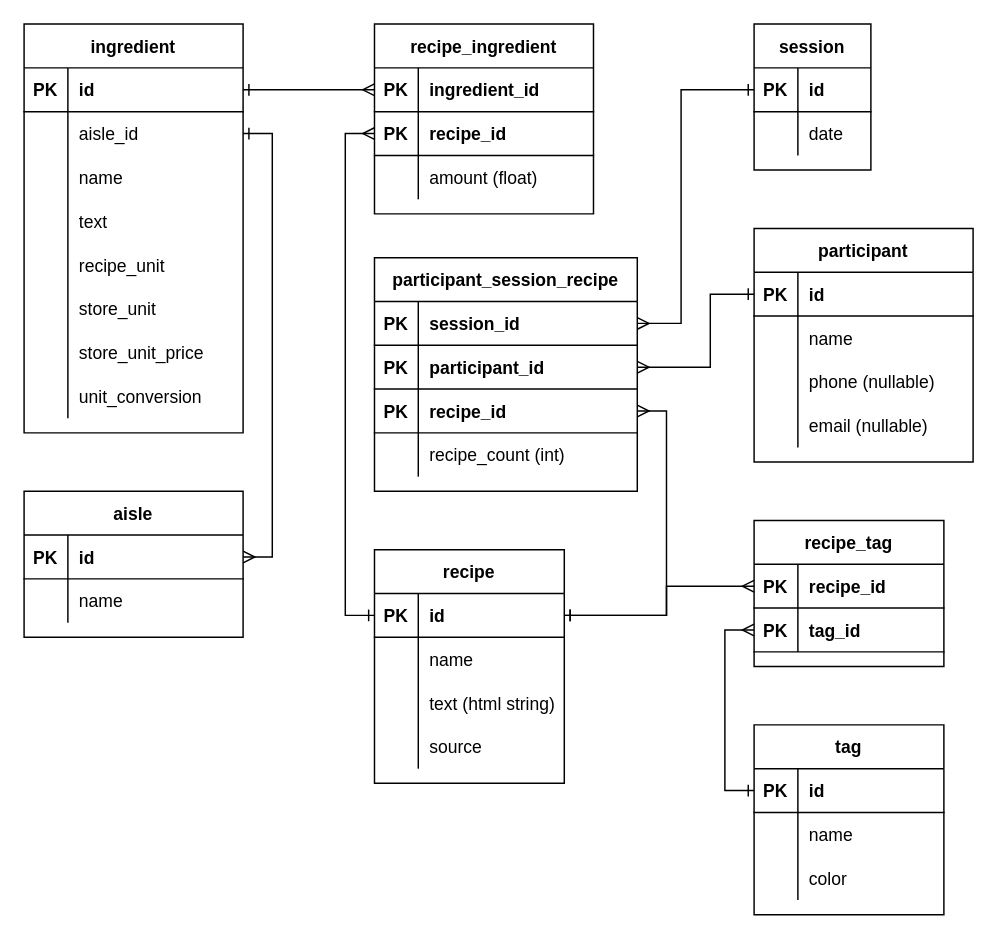
Earlier version of the draw.io diagram erd.drawio (Yook74/EasyFreezey). Source tidied: cells renumbered, new cells numbered last; positions are measured from the earlier drawing's top-left corner, leaving out a move shared by most shapes. Both pictures are drawn from the tidied source at 146%, with x=0, y=0 at pixel (23, 23).
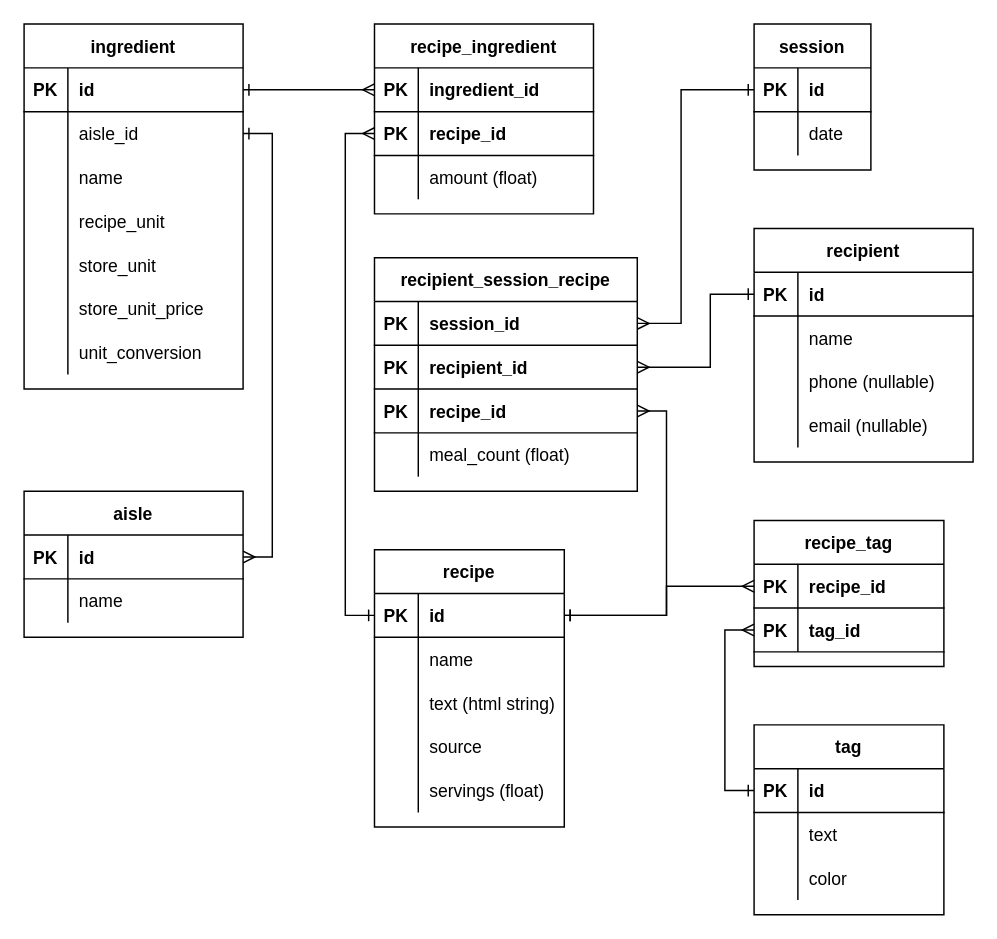
After the change.

Commit message:
Tweaked ERD with revised names etc

Unchanged cells that the change refers to:
```xml
<mxCell id="51" style="shape=partialRectangle;fillColor=none;points=[[0,0.5],[1,0.5]];portConstraint=eastwest;top=0;left=0;right=0;bottom=1;" parent="47" vertex="1">
  <mxGeometry y="60" width="180" height="30" as="geometry" />
</mxCell>
<mxCell id="57" style="shape=partialRectangle;fillColor=none;top=0;left=0;right=0;bottom=0;" parent="47" vertex="1">
  <mxGeometry y="120" width="180" height="30" as="geometry" />
</mxCell>
<mxCell id="107" style="shape=partialRectangle;fillColor=none;top=0;left=0;right=0;bottom=0;" parent="103" vertex="1">
  <mxGeometry y="60" width="130" height="30" as="geometry" />
</mxCell>
```

What changed in the source:
```diff
@@
     <mxCell id="2" value="ingredient" style="shape=table;startSize=30;childLayout=tableLayout;rowLines=0;fontStyle=1;align=center;" parent="1" vertex="1">
-      <mxGeometry width="150" height="280" as="geometry" />
+      <mxGeometry width="150" height="250" as="geometry" />
     </mxCell>
@@
-    <mxCell id="12" style="shape=partialRectangle;fillColor=none;top=0;left=0;right=0;bottom=0;" parent="2" vertex="1">
-      <mxGeometry y="120" width="150" height="30" as="geometry" />
-    </mxCell>
-    <mxCell id="13" style="shape=partialRectangle;overflow=hidden;fillColor=none;top=0;left=0;bottom=0;right=0;" parent="12" vertex="1">
-      <mxGeometry width="30" height="30" as="geometry" />
-    </mxCell>
-    <mxCell id="14" value="text" style="shape=partialRectangle;overflow=hidden;fillColor=none;top=0;left=0;bottom=0;right=0;align=left;spacingLeft=6;" parent="12" vertex="1">
-      <mxGeometry x="30" width="120" height="30" as="geometry" />
-    </mxCell>
     <mxCell id="15" style="shape=partialRectangle;fillColor=none;top=0;left=0;right=0;bottom=0;" parent="2" vertex="1">
-      <mxGeometry y="150" width="150" height="30" as="geometry" />
+      <mxGeometry y="120" width="150" height="30" as="geometry" />
     </mxCell>
@@
     <mxCell id="18" style="shape=partialRectangle;fillColor=none;top=0;left=0;right=0;bottom=0;" parent="2" vertex="1">
-      <mxGeometry y="180" width="150" height="30" as="geometry" />
+      <mxGeometry y="150" width="150" height="30" as="geometry" />
     </mxCell>
@@
     <mxCell id="21" style="shape=partialRectangle;fillColor=none;top=0;left=0;right=0;bottom=0;" parent="2" vertex="1">
-      <mxGeometry y="210" width="150" height="30" as="geometry" />
+      <mxGeometry y="180" width="150" height="30" as="geometry" />
     </mxCell>
@@
     <mxCell id="24" style="shape=partialRectangle;fillColor=none;top=0;left=0;right=0;bottom=0;" parent="2" vertex="1">
-      <mxGeometry y="240" width="150" height="30" as="geometry" />
+      <mxGeometry y="210" width="150" height="30" as="geometry" />
     </mxCell>
@@
-    <mxCell id="47" value="participant_session_recipe" style="shape=table;startSize=30;childLayout=tableLayout;rowLines=0;fontStyle=1;align=center;" parent="1" vertex="1">
+    <mxCell id="47" value="recipient_session_recipe" style="shape=table;startSize=30;childLayout=tableLayout;rowLines=0;fontStyle=1;align=center;" parent="1" vertex="1">
       <mxGeometry x="240" y="160" width="180" height="160" as="geometry" />
     </mxCell>
@@
-    <mxCell id="53" value="participant_id" style="shape=partialRectangle;overflow=hidden;fillColor=none;top=0;left=0;bottom=0;right=0;align=left;spacingLeft=6;fontStyle=1;" parent="51" vertex="1">
+    <mxCell id="53" value="recipient_id" style="shape=partialRectangle;overflow=hidden;fillColor=none;top=0;left=0;bottom=0;right=0;align=left;spacingLeft=6;fontStyle=1;" parent="51" vertex="1">
       <mxGeometry x="30" width="150" height="30" as="geometry" />
     </mxCell>
@@
-    <mxCell id="59" value="recipe_count (int)" style="shape=partialRectangle;overflow=hidden;fillColor=none;top=0;left=0;bottom=0;right=0;align=left;spacingLeft=6;" parent="57" vertex="1">
+    <mxCell id="59" value="meal_count (float)" style="shape=partialRectangle;overflow=hidden;fillColor=none;top=0;left=0;bottom=0;right=0;align=left;spacingLeft=6;" parent="57" vertex="1">
       <mxGeometry x="30" width="150" height="30" as="geometry" />
     </mxCell>
     <mxCell id="60" value="recipe" style="shape=table;startSize=30;childLayout=tableLayout;rowLines=0;fontStyle=1;align=center;" parent="1" vertex="1">
-      <mxGeometry x="240" y="360" width="130" height="160" as="geometry" />
+      <mxGeometry x="240" y="360" width="130" height="190" as="geometry" />
     </mxCell>
@@
+    <mxCell id="115" style="shape=partialRectangle;fillColor=none;top=0;left=0;right=0;bottom=0;" parent="60" vertex="1">
+      <mxGeometry y="150" width="130" height="30" as="geometry" />
+    </mxCell>
+    <mxCell id="13" style="shape=partialRectangle;overflow=hidden;fillColor=none;top=0;left=0;bottom=0;right=0;" parent="115" vertex="1">
+      <mxGeometry width="30" height="30" as="geometry" />
+    </mxCell>
+    <mxCell id="116" value="servings (float)" style="shape=partialRectangle;overflow=hidden;fillColor=none;top=0;left=0;bottom=0;right=0;align=left;spacingLeft=6;" parent="115" vertex="1">
+      <mxGeometry x="30" width="100" height="30" as="geometry" />
+    </mxCell>
@@
-    <mxCell id="80" value="participant" style="shape=table;startSize=30;childLayout=tableLayout;rowLines=0;fontStyle=1;align=center;" parent="1" vertex="1">
+    <mxCell id="80" value="recipient" style="shape=table;startSize=30;childLayout=tableLayout;rowLines=0;fontStyle=1;align=center;" parent="1" vertex="1">
       <mxGeometry x="500" y="140" width="150" height="160" as="geometry" />
     </mxCell>
@@
-    <mxCell id="109" value="name" style="shape=partialRectangle;overflow=hidden;fillColor=none;top=0;left=0;bottom=0;right=0;align=left;spacingLeft=6;" parent="107" vertex="1">
+    <mxCell id="109" value="text" style="shape=partialRectangle;overflow=hidden;fillColor=none;top=0;left=0;bottom=0;right=0;align=left;spacingLeft=6;" parent="107" vertex="1">
       <mxGeometry x="30" width="100" height="30" as="geometry" />
     </mxCell>
```
